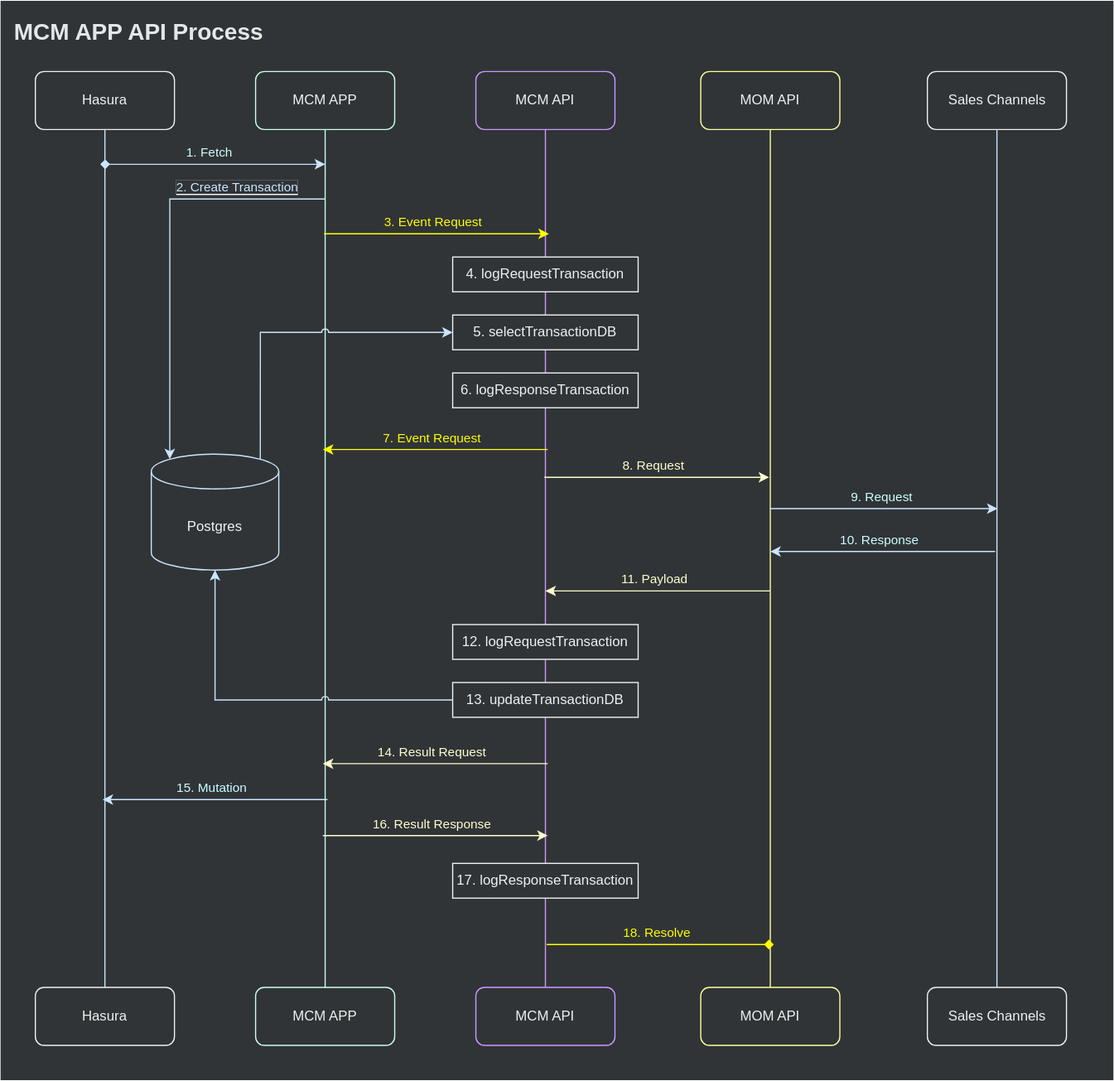
Earlier version of the draw.io export assets/.draw.io/documents/geclio2-mcm-app-api.svg (jiholee-ntwglobal/jiholee-ntwglobal.github.io). Source tidied: cells renumbered, new cells last; positions are measured from the earlier drawing's top-left corner, leaving out a move shared by most shapes.
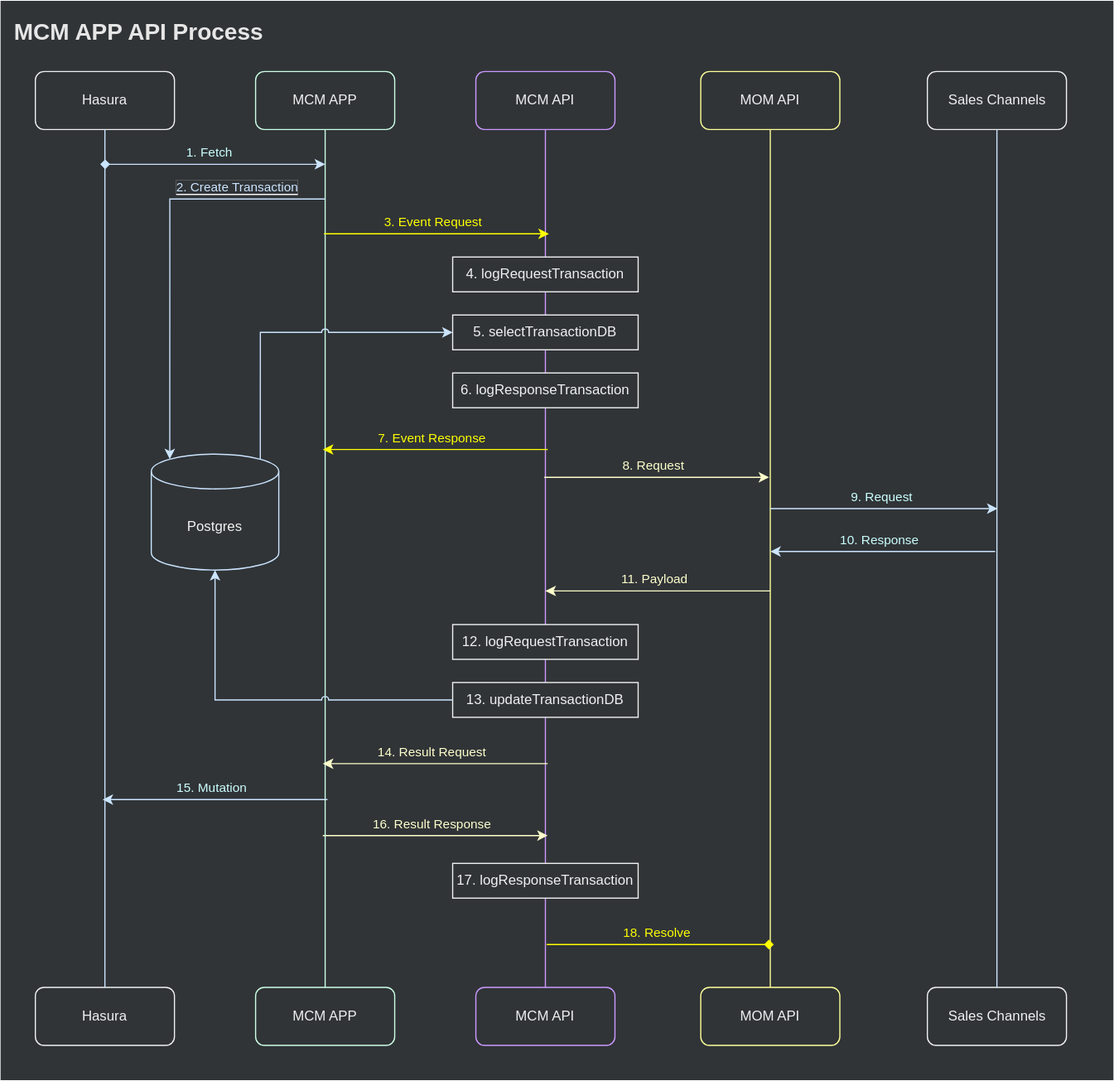
The same diagram one commit later.

The edit, as a diff of the source:
```diff
@@ -158,7 +158,7 @@
     <mxCell id="39" value="&lt;font color=&quot;#f2f2f2&quot;&gt;Postgres&lt;/font&gt;" style="shape=cylinder3;whiteSpace=wrap;html=1;boundedLbl=1;backgroundOutline=1;size=15;fillColor=#303437;strokeColor=#CCE5FF;" parent="3" vertex="1">
       <mxGeometry x="130" y="391" width="110" height="100" as="geometry" />
     </mxCell>
-    <mxCell id="40" value="&lt;font style=&quot;background-color: rgb(48 , 52 , 55)&quot; color=&quot;#ffff00&quot;&gt;7. Event Request&lt;/font&gt;" style="endArrow=none;html=1;startArrow=classic;startFill=1;endFill=0;labelBackgroundColor=#303437;strokeColor=#FFFF00;" parent="3" edge="1">
+    <mxCell id="40" value="&lt;font style=&quot;background-color: rgb(48 , 52 , 55)&quot; color=&quot;#ffff00&quot;&gt;7. Event Response&lt;/font&gt;" style="endArrow=none;html=1;startArrow=classic;startFill=1;endFill=0;labelBackgroundColor=#303437;strokeColor=#FFFF00;" parent="3" edge="1">
       <mxGeometry x="-0.03" y="10" relative="1" as="geometry">
         <mxPoint x="278" y="387" as="sourcePoint" />
         <mxPoint x="472" y="387" as="targetPoint" />
```
